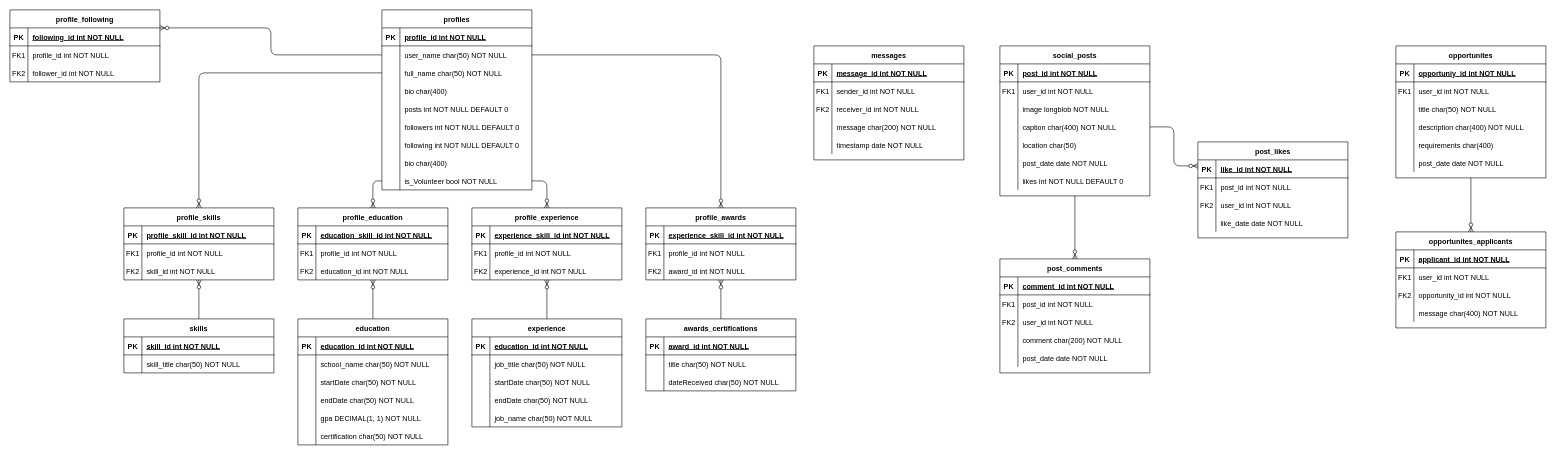
This is database/Karma DB.drawio from KonoNeko/Karma, a draw.io file, before an edit. Source tidied: cells renumbered, new cells numbered last; positions are measured from the earlier drawing's top-left corner, leaving out a move shared by most shapes. Both pictures are drawn from the tidied source at 60%, with x=0, y=0 at pixel (10, 10).
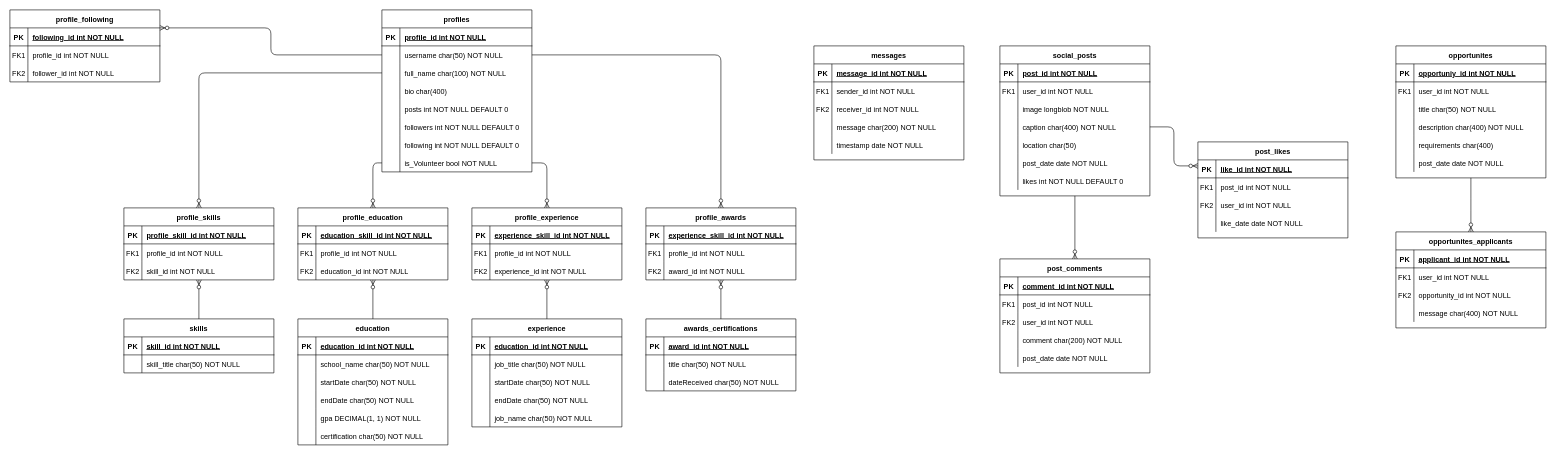
The same page after the edit.

Commit message:
modified some variable names

Unchanged cells that the change refers to:
```xml
<mxCell id="47" style="shape=partialRectangle;fillColor=none;points=[[0,0.5],[1,0.5]];portConstraint=eastwest;top=0;left=0;right=0;bottom=0;" parent="43" vertex="1">
  <mxGeometry y="60" width="250" height="30" as="geometry" />
</mxCell>
<mxCell id="50" style="shape=partialRectangle;fillColor=none;points=[[0,0.5],[1,0.5]];portConstraint=eastwest;top=0;left=0;right=0;bottom=0;" parent="43" vertex="1">
  <mxGeometry y="90" width="250" height="30" as="geometry" />
</mxCell>
```

Diff of the diagram source:
```diff
@@
     <mxCell id="43" value="profiles" style="shape=table;startSize=30;childLayout=tableLayout;rowLines=0;fontStyle=1;align=center;" parent="1" vertex="1">
-      <mxGeometry x="620" width="250" height="300" as="geometry" />
+      <mxGeometry x="620" width="250" height="270" as="geometry" />
     </mxCell>
@@
-    <mxCell id="49" value="user_name char(50) NOT NULL" style="shape=partialRectangle;overflow=hidden;fillColor=none;top=0;left=0;bottom=0;right=0;align=left;spacingLeft=6;" parent="47" vertex="1">
+    <mxCell id="49" value="username char(50) NOT NULL" style="shape=partialRectangle;overflow=hidden;fillColor=none;top=0;left=0;bottom=0;right=0;align=left;spacingLeft=6;" parent="47" vertex="1">
       <mxGeometry x="30" width="220" height="30" as="geometry" />
     </mxCell>
@@
-    <mxCell id="52" value="full_name char(50) NOT NULL" style="shape=partialRectangle;overflow=hidden;fillColor=none;top=0;left=0;bottom=0;right=0;align=left;spacingLeft=6;" parent="50" vertex="1">
+    <mxCell id="52" value="full_name char(100) NOT NULL" style="shape=partialRectangle;overflow=hidden;fillColor=none;top=0;left=0;bottom=0;right=0;align=left;spacingLeft=6;" parent="50" vertex="1">
       <mxGeometry x="30" width="220" height="30" as="geometry" />
     </mxCell>
@@
-    <mxCell id="65" style="shape=partialRectangle;fillColor=none;top=0;left=0;right=0;bottom=0;" parent="43" vertex="1">
-      <mxGeometry y="240" width="250" height="30" as="geometry" />
-    </mxCell>
-    <mxCell id="66" style="shape=partialRectangle;overflow=hidden;fillColor=none;top=0;left=0;bottom=0;right=0;" parent="65" vertex="1">
-      <mxGeometry width="30" height="30" as="geometry" />
-    </mxCell>
-    <mxCell id="67" value="bio char(400)" style="shape=partialRectangle;overflow=hidden;fillColor=none;top=0;left=0;bottom=0;right=0;align=left;spacingLeft=6;" parent="65" vertex="1">
-      <mxGeometry x="30" width="220" height="30" as="geometry" />
-    </mxCell>
     <mxCell id="68" style="shape=partialRectangle;fillColor=none;points=[[0,0.5],[1,0.5]];portConstraint=eastwest;top=0;left=0;right=0;bottom=0;" parent="43" vertex="1">
-      <mxGeometry y="270" width="250" height="30" as="geometry" />
+      <mxGeometry y="240" width="250" height="30" as="geometry" />
     </mxCell>
```
